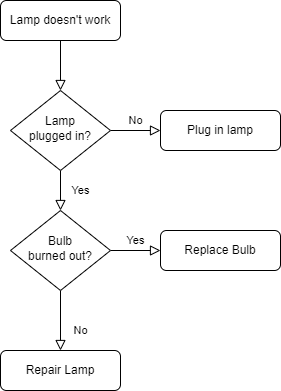
The draw.io diagram figures/SMAP_data_processing.png in edrian-liao/angola-drought, before a commit. Source tidied: cells renumbered, new cells last; positions are measured from the earlier drawing's top-left corner, leaving out a move shared by most shapes. Source of this version:
```xml
<mxGraphModel>
  <root>
    <mxCell id="0" />
    <mxCell id="1" parent="0" />
    <mxCell id="2" style="rounded=0;html=1;jettySize=auto;fontSize=11;endArrow=block;endFill=0;endSize=8;strokeWidth=1;shadow=0;labelBackgroundColor=none;edgeStyle=orthogonalEdgeStyle;" parent="1" edge="1" source="3" target="6">
      <mxGeometry relative="1" as="geometry" />
    </mxCell>
    <mxCell id="3" value="Lamp doesn't work" style="rounded=1;whiteSpace=wrap;html=1;fontSize=12;glass=0;strokeWidth=1;shadow=0;" parent="1" vertex="1">
      <mxGeometry width="120" height="40" as="geometry" />
    </mxCell>
    <mxCell id="4" value="Yes" style="rounded=0;html=1;jettySize=auto;fontSize=11;endArrow=block;endFill=0;endSize=8;strokeWidth=1;shadow=0;labelBackgroundColor=none;edgeStyle=orthogonalEdgeStyle;" parent="1" edge="1" source="6" target="10">
      <mxGeometry y="20" relative="1" as="geometry" />
    </mxCell>
    <mxCell id="5" value="No" style="edgeStyle=orthogonalEdgeStyle;rounded=0;html=1;jettySize=auto;fontSize=11;endArrow=block;endFill=0;endSize=8;strokeWidth=1;shadow=0;labelBackgroundColor=none;" parent="1" edge="1" source="6" target="7">
      <mxGeometry y="10" relative="1" as="geometry" />
    </mxCell>
    <mxCell id="6" value="Lamp&lt;br&gt;plugged in?" style="rhombus;whiteSpace=wrap;html=1;shadow=0;fontFamily=Helvetica;fontSize=12;align=center;strokeWidth=1;spacing=6;spacingTop=-4;" parent="1" vertex="1">
      <mxGeometry x="10" y="90" width="100" height="80" as="geometry" />
    </mxCell>
    <mxCell id="7" value="Plug in lamp" style="rounded=1;whiteSpace=wrap;html=1;fontSize=12;glass=0;strokeWidth=1;shadow=0;" parent="1" vertex="1">
      <mxGeometry x="160" y="110" width="120" height="40" as="geometry" />
    </mxCell>
    <mxCell id="8" value="No" style="rounded=0;html=1;jettySize=auto;fontSize=11;endArrow=block;endFill=0;endSize=8;strokeWidth=1;shadow=0;labelBackgroundColor=none;edgeStyle=orthogonalEdgeStyle;" parent="1" edge="1" source="10" target="11">
      <mxGeometry x="0.33" y="20" relative="1" as="geometry" />
    </mxCell>
    <mxCell id="9" value="Yes" style="edgeStyle=orthogonalEdgeStyle;rounded=0;html=1;jettySize=auto;fontSize=11;endArrow=block;endFill=0;endSize=8;strokeWidth=1;shadow=0;labelBackgroundColor=none;" parent="1" edge="1" source="10" target="12">
      <mxGeometry y="10" relative="1" as="geometry" />
    </mxCell>
    <mxCell id="10" value="Bulb&lt;br&gt;burned out?" style="rhombus;whiteSpace=wrap;html=1;shadow=0;fontFamily=Helvetica;fontSize=12;align=center;strokeWidth=1;spacing=6;spacingTop=-4;" parent="1" vertex="1">
      <mxGeometry x="10" y="210" width="100" height="80" as="geometry" />
    </mxCell>
    <mxCell id="11" value="Repair Lamp" style="rounded=1;whiteSpace=wrap;html=1;fontSize=12;glass=0;strokeWidth=1;shadow=0;" parent="1" vertex="1">
      <mxGeometry y="350" width="120" height="40" as="geometry" />
    </mxCell>
    <mxCell id="12" value="Replace Bulb" style="rounded=1;whiteSpace=wrap;html=1;fontSize=12;glass=0;strokeWidth=1;shadow=0;" parent="1" vertex="1">
      <mxGeometry x="160" y="230" width="120" height="40" as="geometry" />
    </mxCell>
  </root>
</mxGraphModel>
```
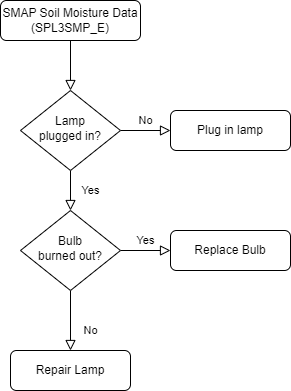
Above is the later version.

What changed in the source:
```diff
@@ -5,8 +5,8 @@
     <mxCell id="2" style="rounded=0;html=1;jettySize=auto;fontSize=11;endArrow=block;endFill=0;endSize=8;strokeWidth=1;shadow=0;labelBackgroundColor=none;edgeStyle=orthogonalEdgeStyle;" parent="1" edge="1" source="3" target="6">
       <mxGeometry relative="1" as="geometry" />
     </mxCell>
-    <mxCell id="3" value="Lamp doesn't work" style="rounded=1;whiteSpace=wrap;html=1;fontSize=12;glass=0;strokeWidth=1;shadow=0;" parent="1" vertex="1">
-      <mxGeometry width="120" height="40" as="geometry" />
+    <mxCell id="3" value="SMAP Soil Moisture Data (SPL3SMP_E)" style="rounded=1;whiteSpace=wrap;html=1;fontSize=12;glass=0;strokeWidth=1;shadow=0;" parent="1" vertex="1">
+      <mxGeometry x="-10" width="140" height="40" as="geometry" />
     </mxCell>
     <mxCell id="4" value="Yes" style="rounded=0;html=1;jettySize=auto;fontSize=11;endArrow=block;endFill=0;endSize=8;strokeWidth=1;shadow=0;labelBackgroundColor=none;edgeStyle=orthogonalEdgeStyle;" parent="1" edge="1" source="6" target="10">
       <mxGeometry y="20" relative="1" as="geometry" />
```
